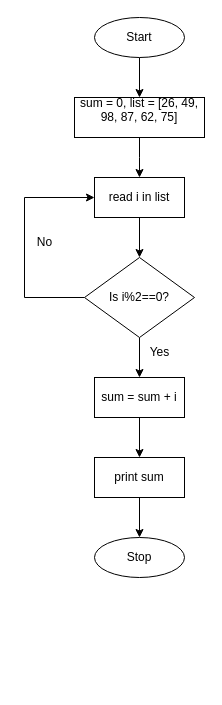
Above: Practice Problem.drawio in northpotestades/DSA-CPE-010-CPE-21S1 (draw.io), before the change. Source tidied: cells renumbered, new cells numbered last; positions are measured from the earlier drawing's top-left corner, leaving out a move shared by most shapes. Both pictures are drawn from the tidied source at 100%, with x=0, y=0 at pixel (24, 17).
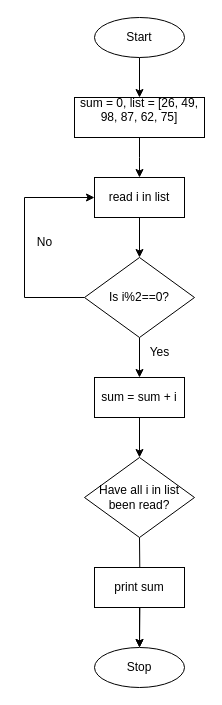
After the change.

Unchanged cells that the change refers to:
```xml
<mxCell id="10" value="&lt;div&gt;&lt;span style=&quot;background-color: initial;&quot;&gt;sum = sum + i&lt;/span&gt;&lt;/div&gt;" style="rounded=0;whiteSpace=wrap;html=1;" parent="1" vertex="1">
  <mxGeometry x="70" y="360" width="90" height="40" as="geometry" />
</mxCell>
```

Diff of the diagram source:
```diff
@@
-    <mxCell id="9" style="edgeStyle=orthogonalEdgeStyle;rounded=0;jettySize=auto;html=1;entryX=0.5;entryY=0;entryDx=0;entryDy=0;" parent="1" edge="1" source="10" target="18">
-      <mxGeometry relative="1" as="geometry" />
-    </mxCell>
+    <mxCell id="19" style="edgeStyle=orthogonalEdgeStyle;rounded=0;jettySize=auto;html=1;entryX=0.5;entryY=0;entryDx=0;entryDy=0;" parent="1" edge="1" source="10" target="20">
+      <mxGeometry relative="1" as="geometry" />
+    </mxCell>
@@
     <mxCell id="14" value="Stop" style="ellipse;whiteSpace=wrap;html=1;" parent="1" vertex="1">
-      <mxGeometry x="70" y="520" width="90" height="40" as="geometry" />
+      <mxGeometry x="70" y="630" width="90" height="40" as="geometry" />
     </mxCell>
@@
     <mxCell id="18" value="&lt;div&gt;&lt;span style=&quot;background-color: initial;&quot;&gt;print sum&lt;/span&gt;&lt;/div&gt;" style="rounded=0;whiteSpace=wrap;html=1;" parent="1" vertex="1">
-      <mxGeometry x="70" y="440" width="90" height="40" as="geometry" />
+      <mxGeometry x="70" y="550" width="90" height="40" as="geometry" />
     </mxCell>
+    <mxCell id="20" value="Have all i in list been read?" style="rhombus;whiteSpace=wrap;html=1;" parent="1" vertex="1">
+      <mxGeometry x="60" y="440" width="110" height="80" as="geometry" />
+    </mxCell>
```
